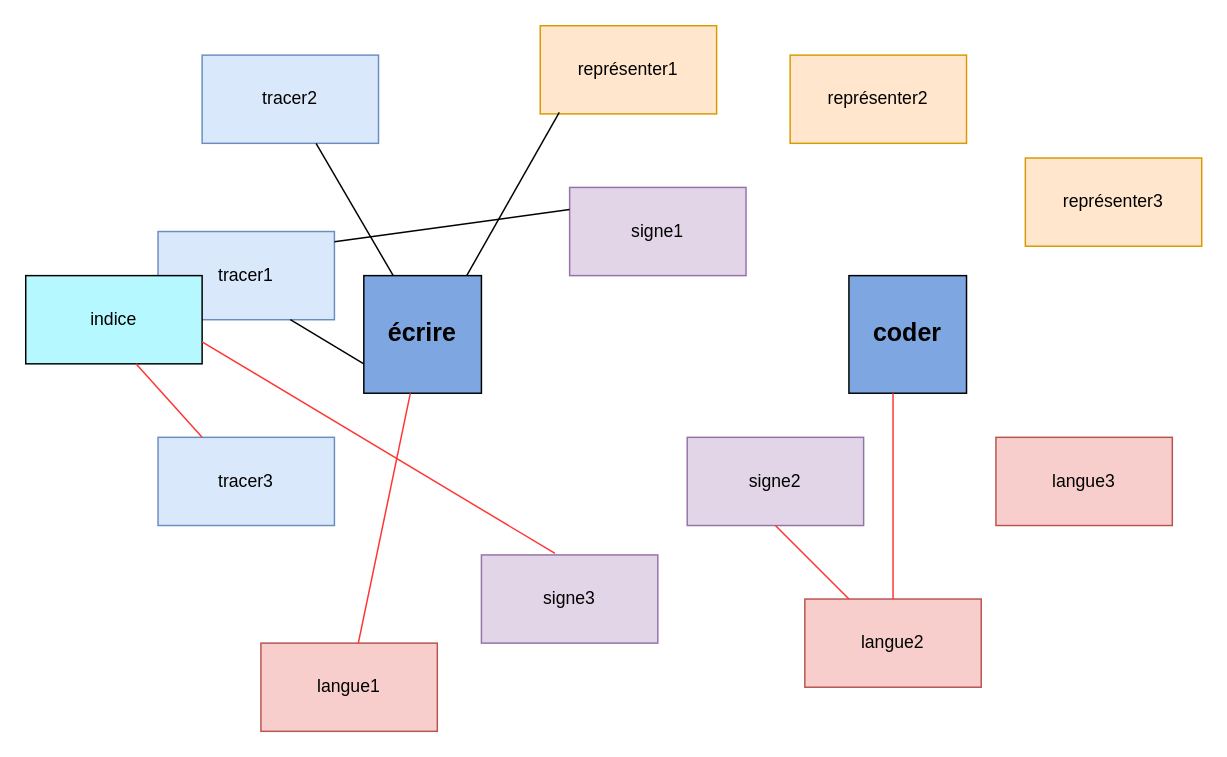
Above: carte hypertexte ecrirecoder.drawio in babelhead/EcrireCoder (draw.io), before the change. Source tidied: cells renumbered, new cells numbered last; positions are measured from the earlier drawing's top-left corner, leaving out a move shared by most shapes. Both pictures are drawn from the tidied source at 147%, with x=0, y=0 at pixel (25, 25).
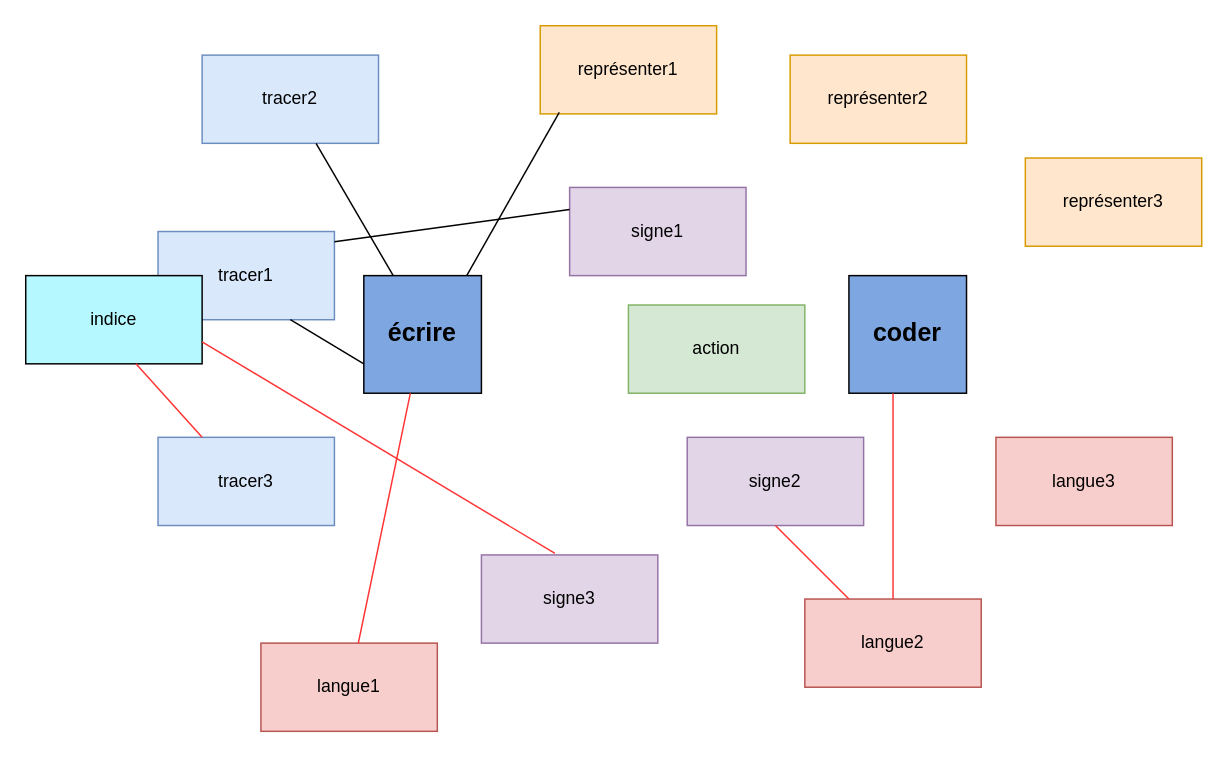
After the change.

What changed in the source:
```diff
@@
+    <mxCell id="26" value="action" style="rounded=0;whiteSpace=wrap;html=1;fillColor=#d5e8d4;strokeColor=#82b366;" parent="1" vertex="1">
+      <mxGeometry x="410" y="190" width="120" height="60" as="geometry" />
+    </mxCell>
```
